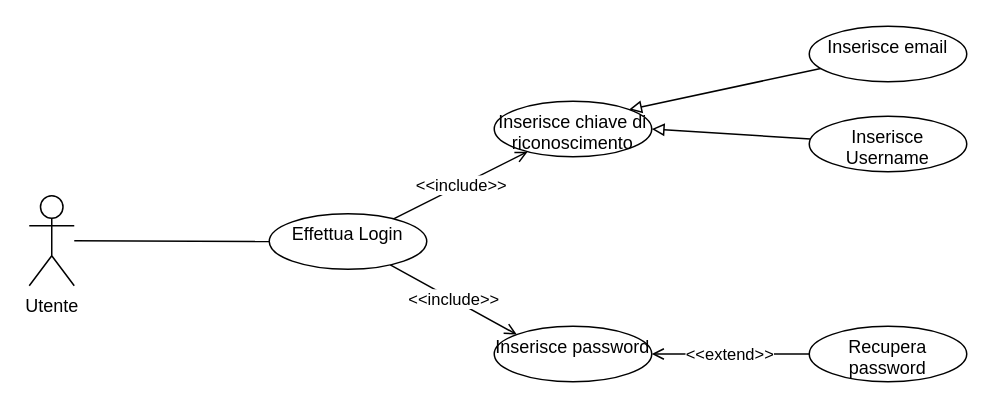
This is UseCase/RF03_Login/Login.drawio from 4spot-team/documentation, a draw.io file, before an edit. Source tidied: cells renumbered, new cells numbered last; positions are measured from the earlier drawing's top-left corner, leaving out a move shared by most shapes. Both pictures are drawn from the tidied source at 150%, with x=0, y=0 at pixel (28, 26).
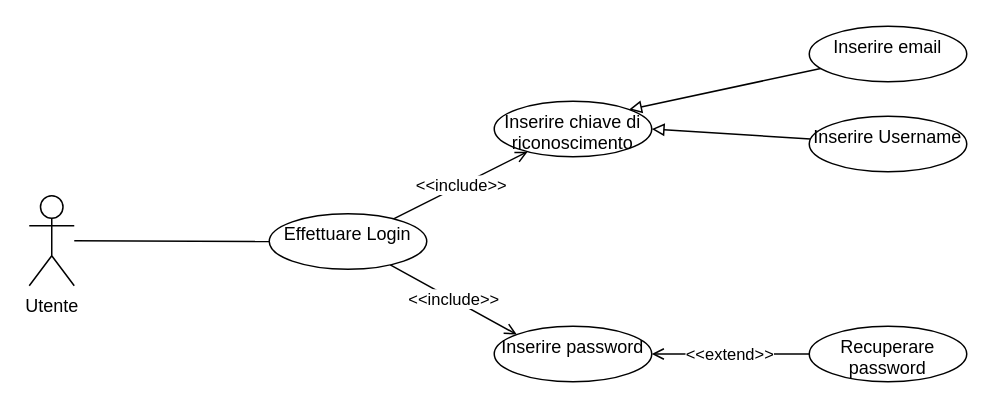
After the change.

What changed in the source:
```diff
@@
 <mxGraphModel>
   <root>
     <mxCell id="0" />
     <mxCell id="1" parent="0" />
     <mxCell id="2" style="edgeStyle=none;rounded=0;jettySize=auto;html=1;endArrow=none;endFill=0;" parent="1" edge="1" source="3" target="6">
       <mxGeometry relative="1" as="geometry" />
     </mxCell>
     <mxCell id="3" value="Utente" style="shape=umlActor;verticalLabelPosition=bottom;verticalAlign=top;html=1;" parent="1" vertex="1">
       <mxGeometry y="113" width="30" height="60" as="geometry" />
     </mxCell>
     <mxCell id="4" value="&amp;lt;&amp;lt;include&amp;gt;&amp;gt;" style="edgeStyle=none;rounded=0;jettySize=auto;html=1;endArrow=open;endFill=0;" parent="1" edge="1" source="6" target="8">
       <mxGeometry relative="1" as="geometry" />
     </mxCell>
     <mxCell id="5" value="&lt;span style=&quot;color: rgb(0, 0, 0); font-family: Helvetica; font-size: 11px; font-style: normal; font-variant-ligatures: normal; font-variant-caps: normal; font-weight: 400; letter-spacing: normal; orphans: 2; text-align: center; text-indent: 0px; text-transform: none; widows: 2; word-spacing: 0px; -webkit-text-stroke-width: 0px; background-color: rgb(255, 255, 255); text-decoration-thickness: initial; text-decoration-style: initial; text-decoration-color: initial; float: none; display: inline !important;&quot;&gt;&amp;lt;&amp;lt;include&amp;gt;&amp;gt;&lt;/span&gt;" style="edgeStyle=none;rounded=0;jettySize=auto;html=1;entryX=0;entryY=0;entryDx=0;entryDy=0;endArrow=open;endFill=0;" parent="1" edge="1" source="6" target="7">
       <mxGeometry relative="1" as="geometry" />
     </mxCell>
-    <mxCell id="6" value="Effettua Login" style="ellipse;whiteSpace=wrap;html=1;verticalAlign=top;" parent="1" vertex="1">
+    <mxCell id="6" value="Effettuare Login" style="ellipse;whiteSpace=wrap;html=1;verticalAlign=top;" parent="1" vertex="1">
       <mxGeometry x="160" y="125" width="105" height="37" as="geometry" />
     </mxCell>
-    <mxCell id="7" value="Inserisce password" style="ellipse;whiteSpace=wrap;html=1;verticalAlign=top;" parent="1" vertex="1">
+    <mxCell id="7" value="Inserire password" style="ellipse;whiteSpace=wrap;html=1;verticalAlign=top;" parent="1" vertex="1">
       <mxGeometry x="310" y="200" width="105" height="37" as="geometry" />
     </mxCell>
-    <mxCell id="8" value="Inserisce chiave di riconoscimento" style="ellipse;whiteSpace=wrap;html=1;verticalAlign=top;" parent="1" vertex="1">
+    <mxCell id="8" value="Inserire chiave di riconoscimento" style="ellipse;whiteSpace=wrap;html=1;verticalAlign=top;" parent="1" vertex="1">
       <mxGeometry x="310" y="50" width="105" height="37" as="geometry" />
     </mxCell>
     <mxCell id="9" style="edgeStyle=none;rounded=0;jettySize=auto;html=1;entryX=1;entryY=0;entryDx=0;entryDy=0;endArrow=block;endFill=0;" parent="1" edge="1" source="10" target="8">
       <mxGeometry relative="1" as="geometry" />
     </mxCell>
-    <mxCell id="10" value="Inserisce email" style="ellipse;whiteSpace=wrap;html=1;verticalAlign=top;" parent="1" vertex="1">
+    <mxCell id="10" value="Inserire email" style="ellipse;whiteSpace=wrap;html=1;verticalAlign=top;" parent="1" vertex="1">
       <mxGeometry x="520" width="105" height="37" as="geometry" />
     </mxCell>
     <mxCell id="11" style="edgeStyle=none;rounded=0;jettySize=auto;html=1;entryX=1;entryY=0.5;entryDx=0;entryDy=0;endArrow=block;endFill=0;" parent="1" edge="1" source="12" target="8">
       <mxGeometry relative="1" as="geometry" />
     </mxCell>
-    <mxCell id="12" value="Inserisce Username" style="ellipse;whiteSpace=wrap;html=1;verticalAlign=top;" parent="1" vertex="1">
+    <mxCell id="12" value="Inserire Username" style="ellipse;whiteSpace=wrap;html=1;verticalAlign=top;" parent="1" vertex="1">
       <mxGeometry x="520" y="60" width="105" height="37" as="geometry" />
     </mxCell>
     <mxCell id="13" value="&amp;lt;&amp;lt;extend&amp;gt;&amp;gt;" style="edgeStyle=none;rounded=0;jettySize=auto;html=1;entryX=1;entryY=0.5;entryDx=0;entryDy=0;endArrow=open;endFill=0;" parent="1" edge="1" source="14" target="7">
       <mxGeometry relative="1" as="geometry" />
     </mxCell>
-    <mxCell id="14" value="Recupera password" style="ellipse;whiteSpace=wrap;html=1;verticalAlign=top;" parent="1" vertex="1">
+    <mxCell id="14" value="Recuperare password" style="ellipse;whiteSpace=wrap;html=1;verticalAlign=top;" parent="1" vertex="1">
       <mxGeometry x="520" y="200" width="105" height="37" as="geometry" />
     </mxCell>
   </root>
 </mxGraphModel>
```
